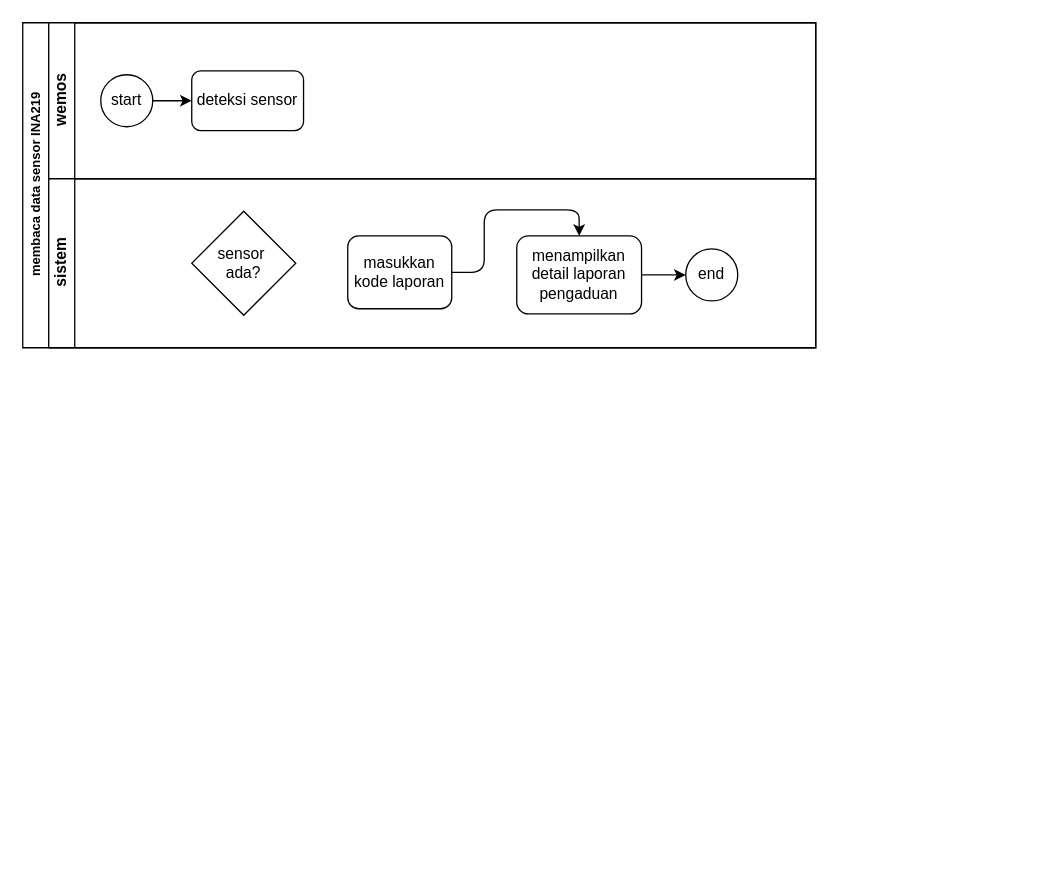
eenattayani/desain keeps this draw.io diagram as page "BPMN" (2 of 2) of LiFePo4-monitor.drawio. Above is the earlier version. Source tidied: cells renumbered, new cells numbered last; positions are measured from the earlier drawing's top-left corner, leaving out a move shared by most shapes. Both pictures are drawn from the tidied source at 130%, with x=0, y=0 at pixel (22, 22).
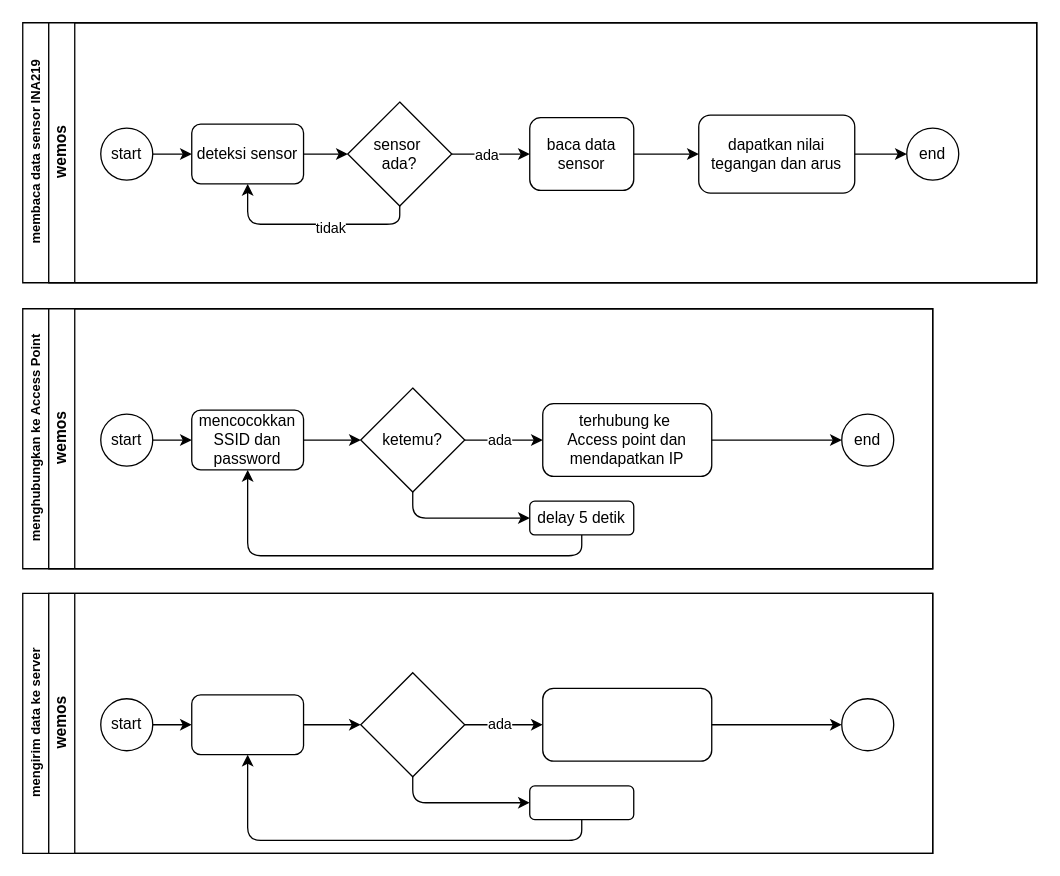
The same diagram, later.

The edit, as a diff of the source:
```diff
@@
     <mxCell id="2" value="membaca data sensor INA219" style="swimlane;html=1;horizontal=0;startSize=20;fontSize=10;" parent="1" vertex="1">
-      <mxGeometry width="610" height="250" as="geometry" />
+      <mxGeometry width="780" height="200" as="geometry" />
     </mxCell>
     <mxCell id="3" value="wemos" style="swimlane;html=1;startSize=20;horizontal=0;" parent="2" vertex="1">
-      <mxGeometry x="20" width="590" height="120" as="geometry" />
+      <mxGeometry x="20" width="760" height="200" as="geometry" />
     </mxCell>
@@
     <mxCell id="5" value="start" style="ellipse;whiteSpace=wrap;html=1;" parent="3" vertex="1">
-      <mxGeometry x="40" y="40" width="40" height="40" as="geometry" />
+      <mxGeometry x="40" y="81" width="40" height="40" as="geometry" />
     </mxCell>
+    <mxCell id="16" style="edgeStyle=orthogonalEdgeStyle;rounded=0;jettySize=auto;html=1;entryX=0;entryY=0.5;entryDx=0;entryDy=0;" parent="3" edge="1" source="6" target="14">
+      <mxGeometry relative="1" as="geometry" />
+    </mxCell>
     <mxCell id="6" value="deteksi sensor" style="rounded=1;whiteSpace=wrap;html=1;fontFamily=Helvetica;fontSize=12;fontColor=#000000;align=center;" parent="3" vertex="1">
-      <mxGeometry x="110" y="37" width="86" height="46" as="geometry" />
+      <mxGeometry x="110" y="78" width="86" height="46" as="geometry" />
     </mxCell>
@@
-    <mxCell id="8" value="sistem" style="swimlane;html=1;startSize=20;horizontal=0;" parent="2" vertex="1">
-      <mxGeometry x="20" y="120" width="590" height="130" as="geometry" />
-    </mxCell>
+    <mxCell id="17" style="edgeStyle=orthogonalEdgeStyle;rounded=0;jettySize=auto;html=1;entryX=0;entryY=0.5;entryDx=0;entryDy=0;" parent="3" edge="1" source="14" target="12">
+      <mxGeometry relative="1" as="geometry" />
+    </mxCell>
+    <mxCell id="18" value="ada" style="edgeLabel;html=1;align=center;verticalAlign=middle;" parent="17" vertex="1">
+      <mxGeometry x="-0.02" y="2" relative="1" as="geometry">
+        <mxPoint x="-3" y="2" as="offset" />
+      </mxGeometry>
+    </mxCell>
+    <mxCell id="14" value="sensor&amp;nbsp;&lt;div&gt;ada?&lt;/div&gt;" style="rhombus;whiteSpace=wrap;html=1;" parent="3" vertex="1">
+      <mxGeometry x="230" y="61" width="80" height="80" as="geometry" />
+    </mxCell>
-    <mxCell id="9" value="end" style="ellipse;whiteSpace=wrap;html=1;shadow=0;" parent="8" vertex="1">
-      <mxGeometry x="490" y="54" width="40" height="40" as="geometry" />
+    <mxCell id="9" value="end" style="ellipse;whiteSpace=wrap;html=1;shadow=0;" parent="3" vertex="1">
+      <mxGeometry x="660" y="81" width="40" height="40" as="geometry" />
     </mxCell>
+    <mxCell id="19" style="edgeStyle=orthogonalEdgeStyle;rounded=1;jettySize=auto;html=1;entryX=0.5;entryY=1;entryDx=0;entryDy=0;curved=0;" parent="3" edge="1" source="14" target="6">
+      <mxGeometry relative="1" as="geometry">
+        <Array as="points">
+          <mxPoint x="270" y="155" />
+          <mxPoint x="153" y="155" />
+        </Array>
+      </mxGeometry>
+    </mxCell>
+    <mxCell id="20" value="tidak" style="edgeLabel;html=1;align=center;verticalAlign=middle;" parent="19" vertex="1">
+      <mxGeometry x="-0.25" y="2" relative="1" as="geometry">
+        <mxPoint x="-7" as="offset" />
+      </mxGeometry>
+    </mxCell>
+    <mxCell id="12" value="baca data sensor" style="rounded=1;whiteSpace=wrap;html=1;fontFamily=Helvetica;fontSize=12;fontColor=#000000;align=center;" parent="3" vertex="1">
+      <mxGeometry x="370" y="73" width="80" height="56" as="geometry" />
+    </mxCell>
+    <mxCell id="11" value="dapatkan nilai tegangan dan arus" style="rounded=1;whiteSpace=wrap;html=1;fontFamily=Helvetica;fontSize=12;fontColor=#000000;align=center;" parent="3" vertex="1">
+      <mxGeometry x="500" y="71" width="120" height="60" as="geometry" />
+    </mxCell>
-    <mxCell id="10" style="edgeStyle=orthogonalEdgeStyle;rounded=0;jettySize=auto;html=1;exitX=1;exitY=0.5;exitDx=0;exitDy=0;" parent="8" edge="1" source="11" target="9">
+    <mxCell id="10" style="edgeStyle=orthogonalEdgeStyle;rounded=0;jettySize=auto;html=1;exitX=1;exitY=0.5;exitDx=0;exitDy=0;" parent="3" edge="1" source="11" target="9">
       <mxGeometry relative="1" as="geometry" />
     </mxCell>
-    <mxCell id="11" value="menampilkan detail laporan pengaduan" style="rounded=1;whiteSpace=wrap;html=1;fontFamily=Helvetica;fontSize=12;fontColor=#000000;align=center;" parent="8" vertex="1">
-      <mxGeometry x="360" y="44" width="96" height="60" as="geometry" />
-    </mxCell>
-    <mxCell id="12" value="masukkan kode laporan" style="rounded=1;whiteSpace=wrap;html=1;fontFamily=Helvetica;fontSize=12;fontColor=#000000;align=center;" parent="8" vertex="1">
-      <mxGeometry x="230" y="44" width="80" height="56" as="geometry" />
-    </mxCell>
-    <mxCell id="13" style="edgeStyle=orthogonalEdgeStyle;rounded=1;jettySize=auto;html=1;exitX=1;exitY=0.5;exitDx=0;exitDy=0;entryX=0.5;entryY=0;entryDx=0;entryDy=0;curved=0;" parent="8" edge="1" source="12" target="11">
+    <mxCell id="13" style="edgeStyle=orthogonalEdgeStyle;rounded=1;jettySize=auto;html=1;exitX=1;exitY=0.5;exitDx=0;exitDy=0;entryX=0;entryY=0.5;entryDx=0;entryDy=0;curved=0;" parent="3" edge="1" source="12" target="11">
       <mxGeometry relative="1" as="geometry" />
     </mxCell>
-    <mxCell id="14" value="sensor&amp;nbsp;&lt;div&gt;ada?&lt;/div&gt;" style="rhombus;whiteSpace=wrap;html=1;" parent="8" vertex="1">
-      <mxGeometry x="110" y="25" width="80" height="80" as="geometry" />
-    </mxCell>
@@
+    <mxCell id="21" value="menghubungkan ke Access Point" style="swimlane;html=1;horizontal=0;startSize=20;fontSize=10;" parent="1" vertex="1">
+      <mxGeometry y="220" width="700" height="200" as="geometry" />
+    </mxCell>
+    <mxCell id="22" value="wemos" style="swimlane;html=1;startSize=20;horizontal=0;" parent="21" vertex="1">
+      <mxGeometry x="20" width="680" height="200" as="geometry" />
+    </mxCell>
+    <mxCell id="23" style="edgeStyle=orthogonalEdgeStyle;rounded=0;jettySize=auto;html=1;" parent="22" edge="1" source="24" target="26">
+      <mxGeometry relative="1" as="geometry" />
+    </mxCell>
+    <mxCell id="24" value="start" style="ellipse;whiteSpace=wrap;html=1;" parent="22" vertex="1">
+      <mxGeometry x="40" y="81" width="40" height="40" as="geometry" />
+    </mxCell>
+    <mxCell id="25" style="edgeStyle=orthogonalEdgeStyle;rounded=0;jettySize=auto;html=1;entryX=0;entryY=0.5;entryDx=0;entryDy=0;" parent="22" edge="1" source="26" target="31">
+      <mxGeometry relative="1" as="geometry" />
+    </mxCell>
+    <mxCell id="26" value="mencocokkan SSID dan password" style="rounded=1;whiteSpace=wrap;html=1;fontFamily=Helvetica;fontSize=12;fontColor=#000000;align=center;" parent="22" vertex="1">
+      <mxGeometry x="110" y="78" width="86" height="46" as="geometry" />
+    </mxCell>
+    <mxCell id="27" style="edgeStyle=orthogonalEdgeStyle;rounded=0;orthogonalLoop=1;jettySize=auto;html=1;entryX=0;entryY=0.5;entryDx=0;entryDy=0;" parent="22" edge="1">
+      <mxGeometry relative="1" as="geometry">
+        <mxPoint x="526" y="67" as="sourcePoint" />
+      </mxGeometry>
+    </mxCell>
+    <mxCell id="28" style="edgeStyle=orthogonalEdgeStyle;rounded=1;jettySize=auto;html=1;entryX=0;entryY=0.5;entryDx=0;entryDy=0;curved=0;" parent="22" edge="1" source="31" target="33">
+      <mxGeometry relative="1" as="geometry" />
+    </mxCell>
+    <mxCell id="29" value="ada" style="edgeLabel;html=1;align=center;verticalAlign=middle;" parent="28" vertex="1">
+      <mxGeometry x="-0.02" y="2" relative="1" as="geometry">
+        <mxPoint x="-3" y="1" as="offset" />
+      </mxGeometry>
+    </mxCell>
+    <mxCell id="30" style="edgeStyle=orthogonalEdgeStyle;rounded=1;jettySize=auto;html=1;entryX=0;entryY=0.5;entryDx=0;entryDy=0;exitX=0.5;exitY=1;exitDx=0;exitDy=0;curved=0;" parent="22" edge="1" source="31" target="36">
+      <mxGeometry relative="1" as="geometry" />
+    </mxCell>
+    <mxCell id="31" value="ketemu?" style="rhombus;whiteSpace=wrap;html=1;" parent="22" vertex="1">
+      <mxGeometry x="240" y="61" width="80" height="80" as="geometry" />
+    </mxCell>
+    <mxCell id="32" value="end" style="ellipse;whiteSpace=wrap;html=1;shadow=0;" parent="22" vertex="1">
+      <mxGeometry x="610" y="81" width="40" height="40" as="geometry" />
+    </mxCell>
+    <mxCell id="33" value="terhubung ke&amp;nbsp;&lt;div&gt;Access point dan mendapatkan IP&lt;/div&gt;" style="rounded=1;whiteSpace=wrap;html=1;fontFamily=Helvetica;fontSize=12;fontColor=#000000;align=center;" parent="22" vertex="1">
+      <mxGeometry x="380" y="73" width="130" height="56" as="geometry" />
+    </mxCell>
+    <mxCell id="34" style="edgeStyle=orthogonalEdgeStyle;rounded=0;jettySize=auto;html=1;exitX=1;exitY=0.5;exitDx=0;exitDy=0;" parent="22" edge="1" source="33" target="32">
+      <mxGeometry relative="1" as="geometry" />
+    </mxCell>
+    <mxCell id="35" style="edgeStyle=orthogonalEdgeStyle;rounded=1;jettySize=auto;html=1;entryX=0.5;entryY=1;entryDx=0;entryDy=0;curved=0;" parent="22" edge="1" source="36" target="26">
+      <mxGeometry relative="1" as="geometry">
+        <Array as="points">
+          <mxPoint x="410" y="190" />
+          <mxPoint x="153" y="190" />
+        </Array>
+      </mxGeometry>
+    </mxCell>
+    <mxCell id="36" value="delay 5 detik" style="rounded=1;whiteSpace=wrap;html=1;fontFamily=Helvetica;fontSize=12;fontColor=#000000;align=center;" parent="22" vertex="1">
+      <mxGeometry x="370" y="148" width="80" height="26" as="geometry" />
+    </mxCell>
+    <mxCell id="37" style="edgeStyle=orthogonalEdgeStyle;rounded=0;orthogonalLoop=1;jettySize=auto;html=1;entryX=0.392;entryY=0.052;entryDx=0;entryDy=0;entryPerimeter=0;" parent="21" edge="1">
+      <mxGeometry relative="1" as="geometry">
+        <mxPoint x="638" y="97" as="sourcePoint" />
+      </mxGeometry>
+    </mxCell>
+    <mxCell id="38" value="mengirim data ke server" style="swimlane;html=1;horizontal=0;startSize=20;fontSize=10;" parent="1" vertex="1">
+      <mxGeometry y="439" width="700" height="200" as="geometry" />
+    </mxCell>
+    <mxCell id="39" value="wemos" style="swimlane;html=1;startSize=20;horizontal=0;" parent="38" vertex="1">
+      <mxGeometry x="20" width="680" height="200" as="geometry" />
+    </mxCell>
+    <mxCell id="40" style="edgeStyle=orthogonalEdgeStyle;rounded=0;jettySize=auto;html=1;" parent="39" edge="1" source="41" target="43">
+      <mxGeometry relative="1" as="geometry" />
+    </mxCell>
+    <mxCell id="41" value="start" style="ellipse;whiteSpace=wrap;html=1;" parent="39" vertex="1">
+      <mxGeometry x="40" y="81" width="40" height="40" as="geometry" />
+    </mxCell>
+    <mxCell id="42" style="edgeStyle=orthogonalEdgeStyle;rounded=0;jettySize=auto;html=1;entryX=0;entryY=0.5;entryDx=0;entryDy=0;" parent="39" edge="1" source="43" target="48">
+      <mxGeometry relative="1" as="geometry" />
+    </mxCell>
+    <mxCell id="43" style="rounded=1;whiteSpace=wrap;html=1;fontFamily=Helvetica;fontSize=12;fontColor=#000000;align=center;" parent="39" vertex="1">
+      <mxGeometry x="110" y="78" width="86" height="46" as="geometry" />
+    </mxCell>
+    <mxCell id="44" style="edgeStyle=orthogonalEdgeStyle;rounded=0;orthogonalLoop=1;jettySize=auto;html=1;entryX=0;entryY=0.5;entryDx=0;entryDy=0;" parent="39" edge="1">
+      <mxGeometry relative="1" as="geometry">
+        <mxPoint x="526" y="67" as="sourcePoint" />
+      </mxGeometry>
+    </mxCell>
+    <mxCell id="45" style="edgeStyle=orthogonalEdgeStyle;rounded=1;jettySize=auto;html=1;entryX=0;entryY=0.5;entryDx=0;entryDy=0;curved=0;" parent="39" edge="1" source="48" target="50">
+      <mxGeometry relative="1" as="geometry" />
+    </mxCell>
+    <mxCell id="46" value="ada" style="edgeLabel;html=1;align=center;verticalAlign=middle;" parent="45" vertex="1">
+      <mxGeometry x="-0.02" y="2" relative="1" as="geometry">
+        <mxPoint x="-3" y="1" as="offset" />
+      </mxGeometry>
+    </mxCell>
+    <mxCell id="47" style="edgeStyle=orthogonalEdgeStyle;rounded=1;jettySize=auto;html=1;entryX=0;entryY=0.5;entryDx=0;entryDy=0;exitX=0.5;exitY=1;exitDx=0;exitDy=0;curved=0;" parent="39" edge="1" source="48" target="53">
+      <mxGeometry relative="1" as="geometry" />
+    </mxCell>
+    <mxCell id="48" style="rhombus;whiteSpace=wrap;html=1;" parent="39" vertex="1">
+      <mxGeometry x="240" y="61" width="80" height="80" as="geometry" />
+    </mxCell>
+    <mxCell id="49" style="ellipse;whiteSpace=wrap;html=1;shadow=0;" parent="39" vertex="1">
+      <mxGeometry x="610" y="81" width="40" height="40" as="geometry" />
+    </mxCell>
+    <mxCell id="50" style="rounded=1;whiteSpace=wrap;html=1;fontFamily=Helvetica;fontSize=12;fontColor=#000000;align=center;" parent="39" vertex="1">
+      <mxGeometry x="380" y="73" width="130" height="56" as="geometry" />
+    </mxCell>
+    <mxCell id="51" style="edgeStyle=orthogonalEdgeStyle;rounded=0;jettySize=auto;html=1;exitX=1;exitY=0.5;exitDx=0;exitDy=0;" parent="39" edge="1" source="50" target="49">
+      <mxGeometry relative="1" as="geometry" />
+    </mxCell>
+    <mxCell id="52" style="edgeStyle=orthogonalEdgeStyle;rounded=1;jettySize=auto;html=1;entryX=0.5;entryY=1;entryDx=0;entryDy=0;curved=0;" parent="39" edge="1" source="53" target="43">
+      <mxGeometry relative="1" as="geometry">
+        <Array as="points">
+          <mxPoint x="410" y="190" />
+          <mxPoint x="153" y="190" />
+        </Array>
+      </mxGeometry>
+    </mxCell>
+    <mxCell id="53" style="rounded=1;whiteSpace=wrap;html=1;fontFamily=Helvetica;fontSize=12;fontColor=#000000;align=center;" parent="39" vertex="1">
+      <mxGeometry x="370" y="148" width="80" height="26" as="geometry" />
+    </mxCell>
+    <mxCell id="54" style="edgeStyle=orthogonalEdgeStyle;rounded=0;orthogonalLoop=1;jettySize=auto;html=1;entryX=0.392;entryY=0.052;entryDx=0;entryDy=0;entryPerimeter=0;" parent="38" edge="1">
+      <mxGeometry relative="1" as="geometry">
+        <mxPoint x="638" y="97" as="sourcePoint" />
+      </mxGeometry>
+    </mxCell>
```
